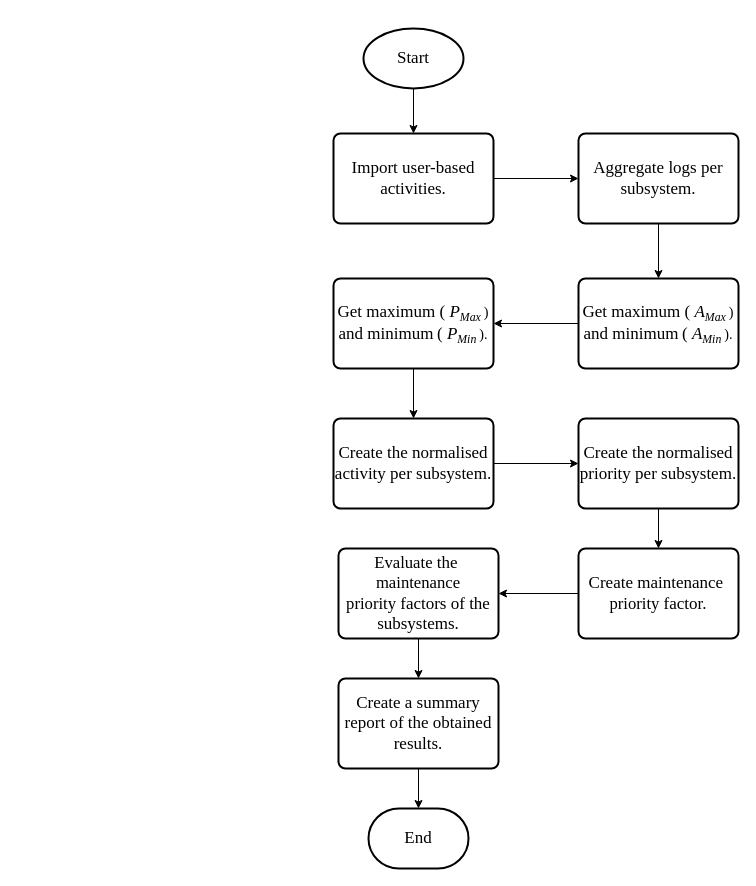
Before: img/Chapter2/maintenancePriortisation/maintenancePriortisation.drawio in CorrieScheepers/Masters, a draw.io diagram. Source tidied: cells renumbered, new cells numbered last; positions are measured from the earlier drawing's top-left corner, leaving out a move shared by most shapes. Both pictures are drawn from the tidied source at 100%, with x=0, y=0 at pixel (333, 28).
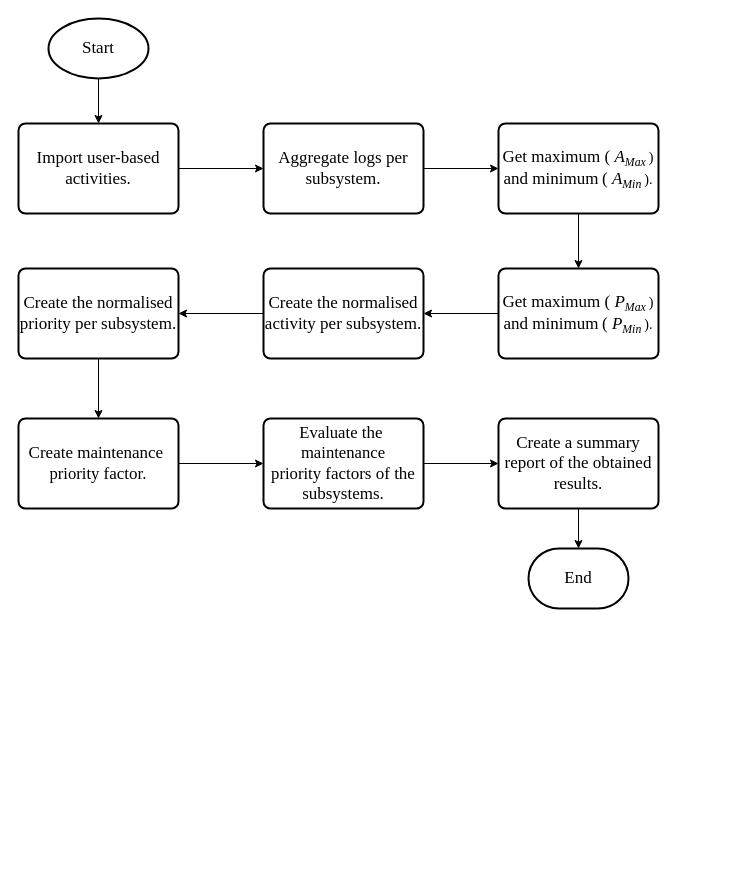
After the change.

Change to the diagram source:
```diff
@@
     <mxCell id="3" value="Start" style="strokeWidth=2;html=1;shape=mxgraph.flowchart.start_1;whiteSpace=wrap;fontFamily=Times New Roman;fillColor=none;fontSize=17;" parent="1" vertex="1">
-      <mxGeometry x="30" width="100" height="60" as="geometry" />
+      <mxGeometry x="-285" y="-10" width="100" height="60" as="geometry" />
     </mxCell>
@@
     <mxCell id="5" value="Import user-based activities." style="rounded=1;whiteSpace=wrap;html=1;absoluteArcSize=1;arcSize=14;strokeWidth=2;fontFamily=Times New Roman;fillColor=none;fontSize=17;" parent="1" vertex="1">
-      <mxGeometry y="105" width="160" height="90" as="geometry" />
+      <mxGeometry x="-315" y="95" width="160" height="90" as="geometry" />
     </mxCell>
-    <mxCell id="6" style="edgeStyle=orthogonalEdgeStyle;rounded=0;jettySize=auto;html=1;exitX=0.5;exitY=1;exitDx=0;exitDy=0;entryX=0.5;entryY=0;entryDx=0;entryDy=0;" parent="1" edge="1" source="7" target="10">
+    <mxCell id="6" style="edgeStyle=orthogonalEdgeStyle;rounded=0;jettySize=auto;html=1;exitX=1;exitY=0.5;exitDx=0;exitDy=0;" parent="1" edge="1" source="7" target="10">
       <mxGeometry relative="1" as="geometry" />
     </mxCell>
     <mxCell id="7" value="Aggregate logs per subsystem." style="rounded=1;whiteSpace=wrap;html=1;absoluteArcSize=1;arcSize=14;strokeWidth=2;fontFamily=Times New Roman;fillColor=none;fontSize=17;" parent="1" vertex="1">
-      <mxGeometry x="245" y="105" width="160" height="90" as="geometry" />
+      <mxGeometry x="-70" y="95" width="160" height="90" as="geometry" />
     </mxCell>
     <mxCell id="8" value="End" style="strokeWidth=2;html=1;shape=mxgraph.flowchart.terminator;whiteSpace=wrap;fillColor=none;fontFamily=Times New Roman;fontSize=17;" parent="1" vertex="1">
-      <mxGeometry x="35" y="780" width="100" height="60" as="geometry" />
+      <mxGeometry x="195" y="520" width="100" height="60" as="geometry" />
     </mxCell>
-    <mxCell id="9" style="edgeStyle=orthogonalEdgeStyle;rounded=0;jettySize=auto;html=1;entryX=1;entryY=0.5;entryDx=0;entryDy=0;" parent="1" edge="1" source="10" target="12">
+    <mxCell id="9" style="edgeStyle=orthogonalEdgeStyle;rounded=0;jettySize=auto;html=1;exitX=0.5;exitY=1;exitDx=0;exitDy=0;entryX=0.5;entryY=0;entryDx=0;entryDy=0;" parent="1" edge="1" source="10" target="12">
       <mxGeometry relative="1" as="geometry" />
     </mxCell>
     <mxCell id="10" value="Get maximum (&amp;nbsp;&lt;i&gt;A&lt;/i&gt;&lt;span style=&quot;font-size: 14.1667px;&quot;&gt;&lt;sub style=&quot;font-style: italic;&quot;&gt;Max&amp;nbsp;&lt;/sub&gt;) &lt;/span&gt;&lt;font style=&quot;font-size: 17px;&quot;&gt;and minimum&lt;/font&gt;&lt;span style=&quot;font-size: 14.1667px;&quot;&gt;&amp;nbsp;&lt;/span&gt;(&amp;nbsp;&lt;i&gt;A&lt;/i&gt;&lt;span style=&quot;font-size: 14.1667px;&quot;&gt;&lt;sub style=&quot;font-style: italic;&quot;&gt;Min&amp;nbsp;&lt;/sub&gt;).&lt;/span&gt;&lt;span style=&quot;font-size: 14.1667px;&quot;&gt;&lt;br&gt;&lt;/span&gt;" style="rounded=1;whiteSpace=wrap;html=1;absoluteArcSize=1;arcSize=14;strokeWidth=2;fontFamily=Times New Roman;fillColor=none;fontSize=17;" parent="1" vertex="1">
-      <mxGeometry x="245" y="250" width="160" height="90" as="geometry" />
+      <mxGeometry x="165" y="95" width="160" height="90" as="geometry" />
     </mxCell>
-    <mxCell id="11" style="edgeStyle=orthogonalEdgeStyle;rounded=0;jettySize=auto;html=1;exitX=0.5;exitY=1;exitDx=0;exitDy=0;" parent="1" edge="1" source="12" target="14">
+    <mxCell id="11" style="edgeStyle=orthogonalEdgeStyle;rounded=0;jettySize=auto;html=1;exitX=0;exitY=0.5;exitDx=0;exitDy=0;entryX=1;entryY=0.5;entryDx=0;entryDy=0;" parent="1" edge="1" source="12" target="14">
       <mxGeometry relative="1" as="geometry" />
     </mxCell>
     <mxCell id="12" value="Get maximum (&amp;nbsp;&lt;i&gt;P&lt;/i&gt;&lt;span style=&quot;font-size: 14.1667px;&quot;&gt;&lt;sub style=&quot;font-style: italic;&quot;&gt;Max&amp;nbsp;&lt;/sub&gt;) &lt;/span&gt;&lt;font style=&quot;font-size: 17px;&quot;&gt;and minimum&lt;/font&gt;&lt;span style=&quot;font-size: 14.1667px;&quot;&gt;&amp;nbsp;&lt;/span&gt;(&amp;nbsp;&lt;i&gt;P&lt;/i&gt;&lt;span style=&quot;font-size: 14.1667px;&quot;&gt;&lt;sub style=&quot;font-style: italic;&quot;&gt;Min&amp;nbsp;&lt;/sub&gt;).&lt;/span&gt;" style="rounded=1;whiteSpace=wrap;html=1;absoluteArcSize=1;arcSize=14;strokeWidth=2;fontFamily=Times New Roman;fillColor=none;fontSize=17;" parent="1" vertex="1">
-      <mxGeometry y="250" width="160" height="90" as="geometry" />
+      <mxGeometry x="165" y="240" width="160" height="90" as="geometry" />
     </mxCell>
-    <mxCell id="13" style="edgeStyle=orthogonalEdgeStyle;rounded=0;jettySize=auto;html=1;exitX=1;exitY=0.5;exitDx=0;exitDy=0;entryX=0;entryY=0.5;entryDx=0;entryDy=0;" parent="1" edge="1" source="14" target="16">
+    <mxCell id="13" style="edgeStyle=orthogonalEdgeStyle;rounded=0;jettySize=auto;html=1;exitX=0;exitY=0.5;exitDx=0;exitDy=0;entryX=1;entryY=0.5;entryDx=0;entryDy=0;" parent="1" edge="1" source="14" target="16">
       <mxGeometry relative="1" as="geometry" />
     </mxCell>
     <mxCell id="14" value="Create the normalised activity per subsystem." style="rounded=1;whiteSpace=wrap;html=1;absoluteArcSize=1;arcSize=14;strokeWidth=2;fontFamily=Times New Roman;fillColor=none;fontSize=17;" parent="1" vertex="1">
-      <mxGeometry y="390" width="160" height="90" as="geometry" />
+      <mxGeometry x="-70" y="240" width="160" height="90" as="geometry" />
     </mxCell>
@@
     <mxCell id="16" value="Create the normalised priority per subsystem." style="rounded=1;whiteSpace=wrap;html=1;absoluteArcSize=1;arcSize=14;strokeWidth=2;fontFamily=Times New Roman;fillColor=none;fontSize=17;" parent="1" vertex="1">
-      <mxGeometry x="245" y="390" width="160" height="90" as="geometry" />
+      <mxGeometry x="-315" y="240" width="160" height="90" as="geometry" />
     </mxCell>
-    <mxCell id="17" style="edgeStyle=orthogonalEdgeStyle;rounded=0;jettySize=auto;html=1;exitX=0;exitY=0.5;exitDx=0;exitDy=0;entryX=1;entryY=0.5;entryDx=0;entryDy=0;" parent="1" edge="1" source="18" target="20">
+    <mxCell id="17" style="edgeStyle=orthogonalEdgeStyle;rounded=0;jettySize=auto;html=1;exitX=1;exitY=0.5;exitDx=0;exitDy=0;entryX=0;entryY=0.5;entryDx=0;entryDy=0;" parent="1" edge="1" source="18" target="20">
       <mxGeometry relative="1" as="geometry" />
     </mxCell>
     <mxCell id="18" value="Create maintenance&amp;nbsp;&lt;br&gt;&lt;span style=&quot;font-size: 12.5pt; line-height: 107%; font-family: &amp;quot;Times New Roman&amp;quot;, serif;&quot;&gt;priority&amp;nbsp;&lt;/span&gt;factor." style="rounded=1;whiteSpace=wrap;html=1;absoluteArcSize=1;arcSize=14;strokeWidth=2;fontFamily=Times New Roman;fillColor=none;fontSize=17;" parent="1" vertex="1">
-      <mxGeometry x="245" y="520" width="160" height="90" as="geometry" />
+      <mxGeometry x="-315" y="390" width="160" height="90" as="geometry" />
     </mxCell>
-    <mxCell id="19" style="edgeStyle=orthogonalEdgeStyle;rounded=0;jettySize=auto;html=1;exitX=0.5;exitY=1;exitDx=0;exitDy=0;entryX=0.5;entryY=0;entryDx=0;entryDy=0;" parent="1" edge="1" source="20" target="22">
+    <mxCell id="19" style="edgeStyle=orthogonalEdgeStyle;rounded=0;jettySize=auto;html=1;exitX=1;exitY=0.5;exitDx=0;exitDy=0;entryX=0;entryY=0.5;entryDx=0;entryDy=0;" parent="1" edge="1" source="20" target="22">
       <mxGeometry relative="1" as="geometry" />
     </mxCell>
     <mxCell id="20" value="&lt;span style=&quot;font-size: 12.5pt; line-height: 107%; font-family: &amp;quot;Times New Roman&amp;quot;, serif;&quot;&gt;Evaluate&amp;nbsp;&lt;/span&gt;the&amp;nbsp;&lt;br&gt;&lt;span style=&quot;font-family: &amp;quot;Times New Roman&amp;quot;, serif; font-size: 12.5pt; text-align: left; text-indent: 0cm; background-color: initial;&quot;&gt;maintenance priority&amp;nbsp;&lt;/span&gt;factors of the subsystems." style="rounded=1;whiteSpace=wrap;html=1;absoluteArcSize=1;arcSize=14;strokeWidth=2;fontFamily=Times New Roman;fillColor=none;fontSize=17;" parent="1" vertex="1">
-      <mxGeometry x="5" y="520" width="160" height="90" as="geometry" />
+      <mxGeometry x="-70" y="390" width="160" height="90" as="geometry" />
     </mxCell>
@@
     <mxCell id="22" value="Create a summary report of the obtained results." style="rounded=1;whiteSpace=wrap;html=1;absoluteArcSize=1;arcSize=14;strokeWidth=2;fontFamily=Times New Roman;fillColor=none;fontSize=17;" parent="1" vertex="1">
-      <mxGeometry x="5" y="650" width="160" height="90" as="geometry" />
+      <mxGeometry x="165" y="390" width="160" height="90" as="geometry" />
     </mxCell>
```
